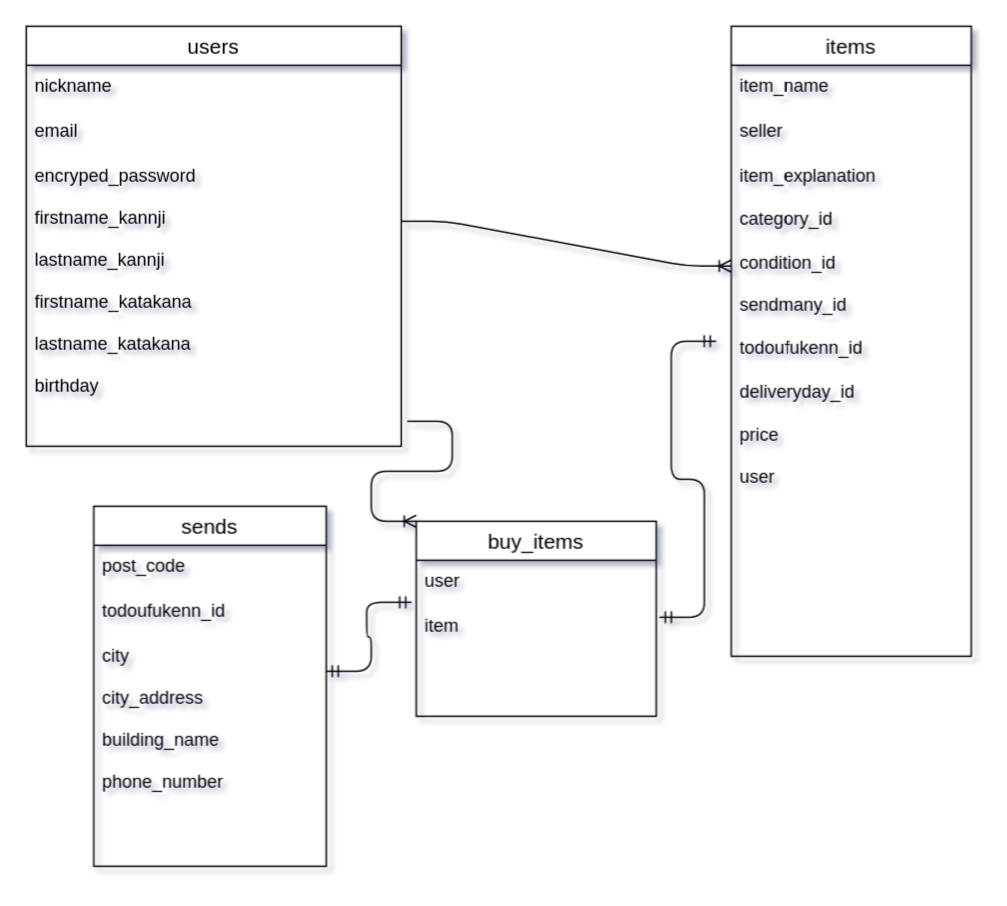
This is .dio from y-naoto/furima-36756, a draw.io file, before an edit. Source tidied: cells renumbered, new cells numbered last; positions are measured from the earlier drawing's top-left corner, leaving out a move shared by most shapes. Both pictures are drawn from the tidied source at 150%, with x=0, y=0 at pixel (26, 26).
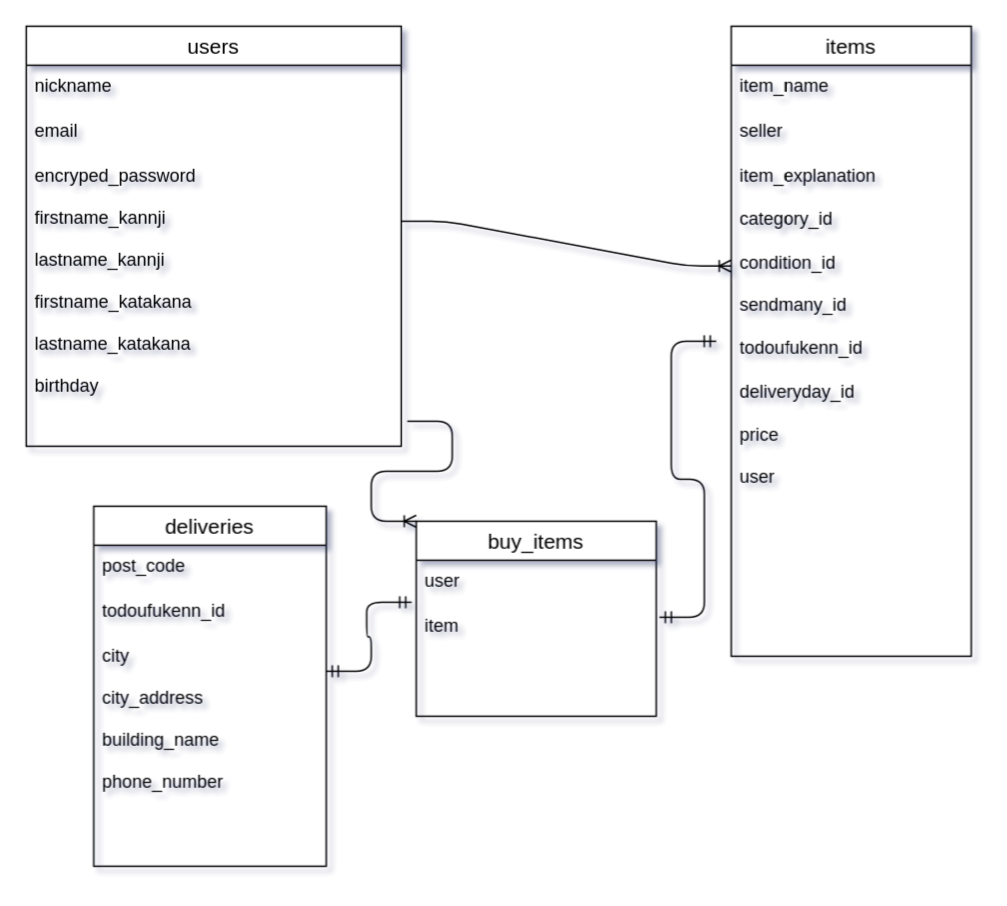
The same diagram, later.

Change to the diagram source:
```diff
@@
-    <mxCell id="13" value="sends" style="swimlane;fontStyle=0;horizontal=1;startSize=26;align=center;fontSize=14;" parent="1" vertex="1">
+    <mxCell id="13" value="deliveries" style="swimlane;fontStyle=0;horizontal=1;startSize=26;align=center;fontSize=14;" parent="1" vertex="1">
       <mxGeometry x="45" y="320" width="155" height="240" as="geometry" />
     </mxCell>
```
